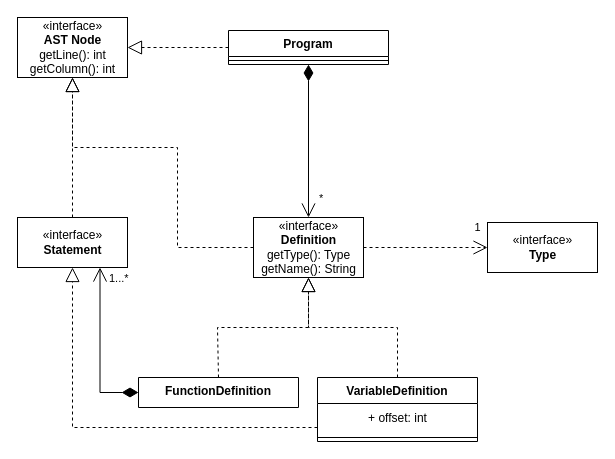
This is page "Definition" (1 of 4) of uml-diagrams/dlp-uml-v2.drawio from jbritosm/dlp-lab, a draw.io file, before an edit. Source tidied: cells renumbered, new cells numbered last; positions are measured from the earlier drawing's top-left corner, leaving out a move shared by most shapes. Both pictures are drawn from the tidied source at 100%, with x=0, y=0 at pixel (17, 17).
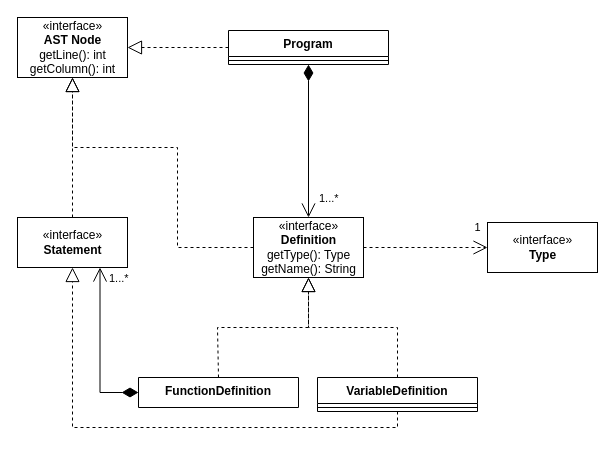
After the change.

Unchanged cells that the change refers to:
```xml
<mxCell id="2" value="«interface»&lt;br&gt;&lt;b&gt;Definition&lt;/b&gt;&lt;br&gt;getType(): Type&lt;br&gt;getName(): String" style="html=1;" parent="1" vertex="1">
  <mxGeometry x="236" y="200" width="110" height="60" as="geometry" />
</mxCell>
<mxCell id="11" value="«interface»&lt;br&gt;&lt;b&gt;Statement&lt;/b&gt;" style="html=1;" parent="1" vertex="1">
  <mxGeometry y="200" width="110" height="50" as="geometry" />
</mxCell>
<mxCell id="15" value="Program" style="swimlane;fontStyle=1;align=center;verticalAlign=top;horizontal=1;startSize=26;" parent="1" vertex="1">
  <mxGeometry x="211" y="13" width="160" height="34" as="geometry" />
</mxCell>
```

The edit, as a diff of the source:
```diff
@@
     <mxCell id="4" value="VariableDefinition" style="swimlane;fontStyle=1;align=center;verticalAlign=top;horizontal=1;startSize=26;" parent="1" vertex="1">
-      <mxGeometry x="300" y="360" width="160" height="64" as="geometry" />
+      <mxGeometry x="300" y="360" width="160" height="34" as="geometry" />
     </mxCell>
-    <mxCell id="5" value="+ offset: int" style="text;html=1;align=center;verticalAlign=middle;strokeColor=none;fillColor=none;" parent="4" vertex="1">
-      <mxGeometry y="26" width="160" height="30" as="geometry" />
-    </mxCell>
     <mxCell id="6" style="line;strokeWidth=1;fillColor=none;align=left;verticalAlign=middle;spacingTop=-1;spacingLeft=3;spacingRight=3;labelPosition=right;strokeColor=inherit;" parent="4" vertex="1">
-      <mxGeometry y="56" width="160" height="8" as="geometry" />
+      <mxGeometry y="26" width="160" height="8" as="geometry" />
     </mxCell>
@@
-    <mxCell id="12" style="endArrow=block;dashed=1;endFill=0;endSize=12;html=1;rounded=0;strokeColor=default;entryX=0.5;entryY=1;entryDx=0;entryDy=0;" parent="1" edge="1" target="11">
+    <mxCell id="12" style="endArrow=block;dashed=1;endFill=0;endSize=12;html=1;rounded=0;strokeColor=default;entryX=0.5;entryY=1;entryDx=0;entryDy=0;exitX=0.5;exitY=1;exitDx=0;exitDy=0;" parent="1" edge="1" source="4" target="11">
       <mxGeometry relative="1" as="geometry">
-        <mxPoint x="300" y="410" as="sourcePoint" />
         <Array as="points">
+          <mxPoint x="380" y="410" />
           <mxPoint x="55" y="410" />
         </Array>
       </mxGeometry>
     </mxCell>
@@
-    <mxCell id="18" value="*" style="endArrow=open;html=1;endSize=12;startArrow=diamondThin;startSize=14;startFill=1;edgeStyle=orthogonalEdgeStyle;align=left;verticalAlign=bottom;rounded=0;entryX=0.5;entryY=0;entryDx=0;entryDy=0;exitX=0.5;exitY=1;exitDx=0;exitDy=0;" parent="1" edge="1" source="15" target="2">
+    <mxCell id="18" value="1...*" style="endArrow=open;html=1;endSize=12;startArrow=diamondThin;startSize=14;startFill=1;edgeStyle=orthogonalEdgeStyle;align=left;verticalAlign=bottom;rounded=0;entryX=0.5;entryY=0;entryDx=0;entryDy=0;exitX=0.5;exitY=1;exitDx=0;exitDy=0;" parent="1" edge="1" source="15" target="2">
       <mxGeometry x="0.87" y="9" relative="1" as="geometry" />
     </mxCell>
```
